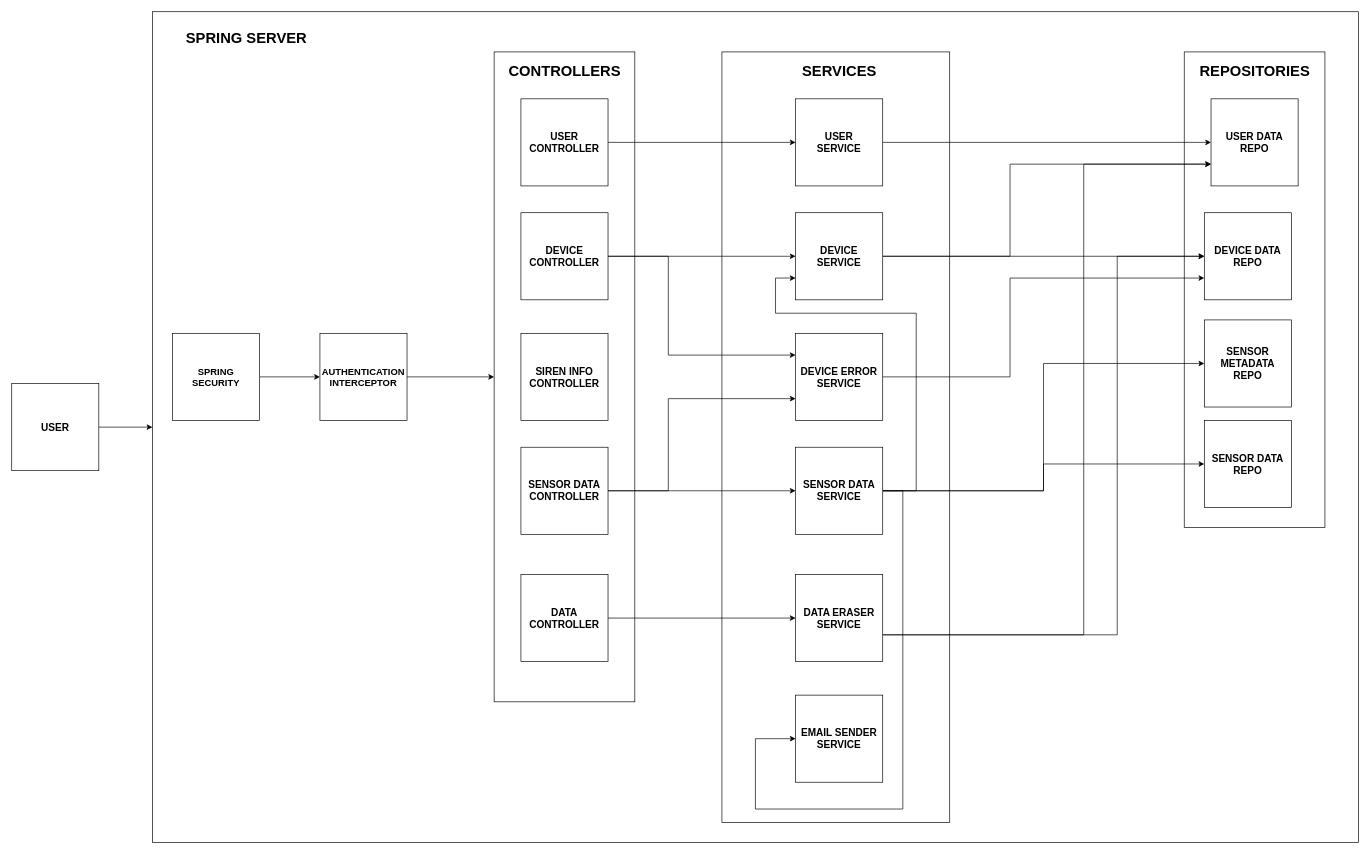
Above: Diagrams/Spring Web Server.drawio in MiguelRocha2001/PS-Monitor-IoT-System (draw.io), before the change. Source tidied: cells renumbered, new cells numbered last; positions are measured from the earlier drawing's top-left corner, leaving out a move shared by most shapes. Both pictures are drawn from the tidied source at 67%, with x=0, y=0 at pixel (11, 11).
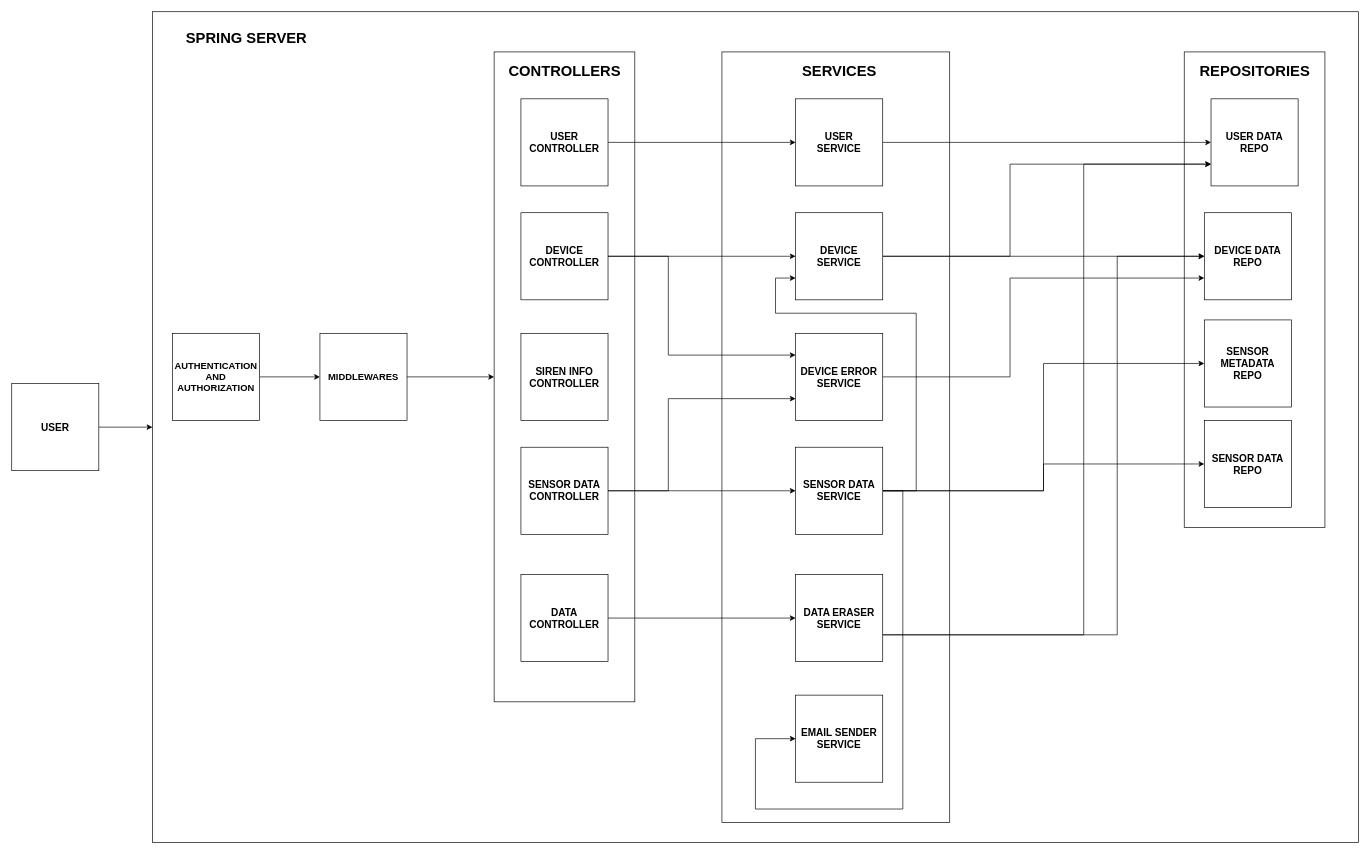
The same page after the edit.

What changed in the source:
```diff
@@
-    <mxCell id="41" value="AUTHENTICATION INTERCEPTOR" style="whiteSpace=wrap;html=1;fontStyle=1;fontSize=14;" parent="1" vertex="1">
+    <mxCell id="41" value="MIDDLEWARES" style="whiteSpace=wrap;html=1;fontStyle=1;fontSize=14;" parent="1" vertex="1">
       <mxGeometry x="460" y="480" width="130" height="130" as="geometry" />
     </mxCell>
@@
-    <mxCell id="46" value="SPRING SECURITY" style="whiteSpace=wrap;html=1;fontStyle=1;fontSize=14;" parent="1" vertex="1">
+    <mxCell id="46" value="AUTHENTICATION&lt;br&gt;AND&lt;br&gt;AUTHORIZATION" style="whiteSpace=wrap;html=1;fontStyle=1;fontSize=14;" parent="1" vertex="1">
       <mxGeometry x="240" y="480" width="130" height="130" as="geometry" />
     </mxCell>
```
